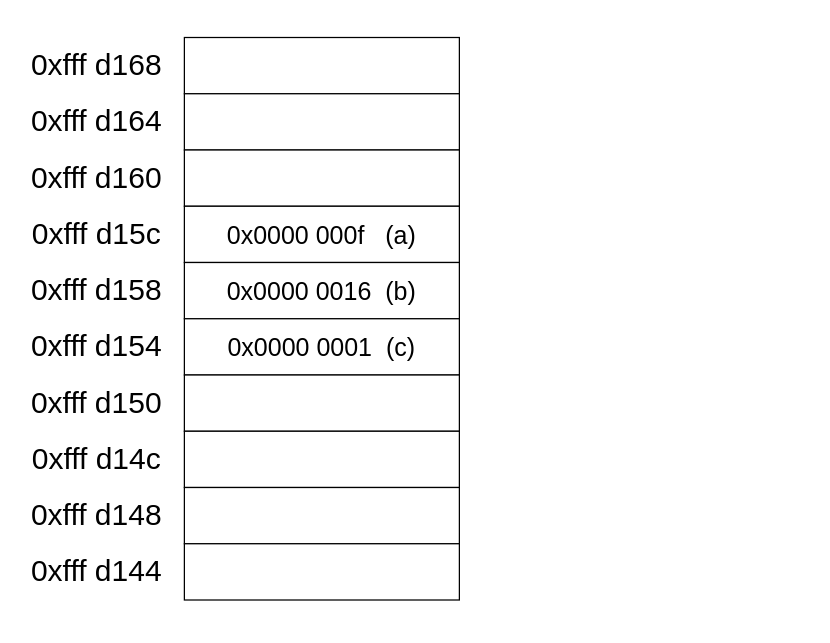
Earlier version of the draw.io diagram ICS实验5.drawio (IRiDecenT/graph). Source tidied: cells renumbered, new cells numbered last; positions are measured from the earlier drawing's top-left corner, leaving out a move shared by most shapes. Both pictures are drawn from the tidied source at 125%, with x=0, y=0 at pixel (21, 36).
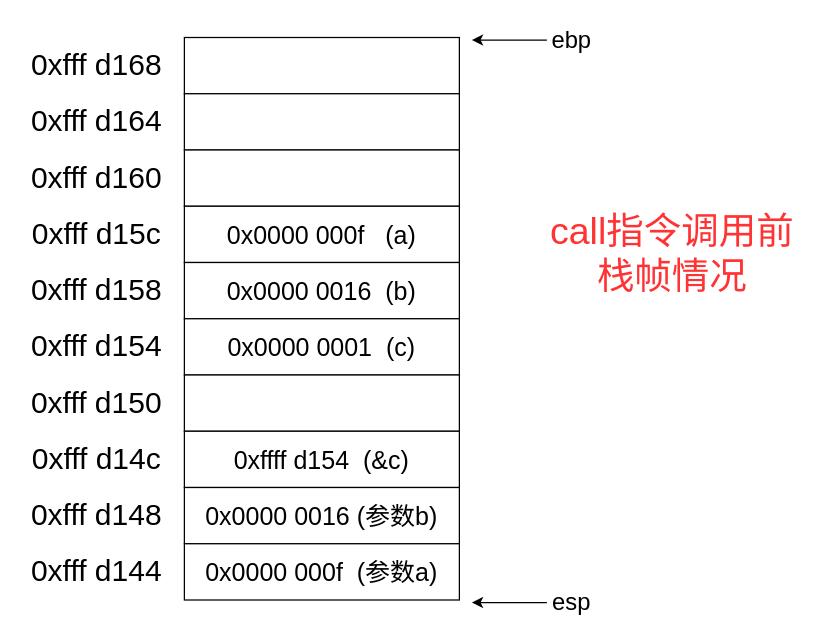
The same diagram, later.

Change to the diagram source:
```diff
@@
-    <mxCell id="17" style="rounded=0;whiteSpace=wrap;html=1;fontSize=20;" parent="1" vertex="1">
+    <mxCell id="17" value="0xffff d154&amp;nbsp; (&amp;amp;c)" style="rounded=0;whiteSpace=wrap;html=1;fontSize=20;" parent="1" vertex="1">
       <mxGeometry x="130" y="315.5" width="220" height="45" as="geometry" />
     </mxCell>
@@
-    <mxCell id="19" style="rounded=0;whiteSpace=wrap;html=1;fontSize=20;" parent="1" vertex="1">
+    <mxCell id="19" value="0x0000 0016 (参数b)" style="rounded=0;whiteSpace=wrap;html=1;fontSize=20;" parent="1" vertex="1">
       <mxGeometry x="130" y="360.5" width="220" height="45" as="geometry" />
     </mxCell>
@@
-    <mxCell id="21" style="rounded=0;whiteSpace=wrap;html=1;fontSize=20;" parent="1" vertex="1">
+    <mxCell id="21" value="0x0000 000f&amp;nbsp; (参数a)" style="rounded=0;whiteSpace=wrap;html=1;fontSize=20;" parent="1" vertex="1">
       <mxGeometry x="130" y="405.5" width="220" height="45" as="geometry" />
     </mxCell>
+    <mxCell id="22" value="&lt;font style=&quot;font-size: 19px;&quot;&gt;ebp&lt;/font&gt;" style="text;html=1;strokeColor=none;fillColor=none;align=center;verticalAlign=middle;whiteSpace=wrap;rounded=0;fontSize=19;fontStyle=0;" parent="1" vertex="1">
+      <mxGeometry x="400" y="-12" width="80" height="30" as="geometry" />
+    </mxCell>
+    <mxCell id="23" style="endArrow=classic;html=1;rounded=0;fontStyle=0;fontSize=19;" parent="1" edge="1">
+      <mxGeometry relative="1" as="geometry">
+        <mxPoint x="420" y="2.5" as="sourcePoint" />
+        <mxPoint x="360" y="2.5" as="targetPoint" />
+      </mxGeometry>
+    </mxCell>
+    <mxCell id="24" value="&lt;font style=&quot;font-size: 19px;&quot;&gt;esp&lt;/font&gt;" style="text;html=1;strokeColor=none;fillColor=none;align=center;verticalAlign=middle;whiteSpace=wrap;rounded=0;fontSize=19;fontStyle=0;" parent="1" vertex="1">
+      <mxGeometry x="400" y="438" width="80" height="30" as="geometry" />
+    </mxCell>
+    <mxCell id="25" style="endArrow=classic;html=1;rounded=0;fontStyle=0;fontSize=19;" parent="1" edge="1">
+      <mxGeometry relative="1" as="geometry">
+        <mxPoint x="420" y="452.5" as="sourcePoint" />
+        <mxPoint x="360" y="452.5" as="targetPoint" />
+      </mxGeometry>
+    </mxCell>
+    <mxCell id="26" value="&lt;font color=&quot;#ff3333&quot; style=&quot;font-size: 30px;&quot;&gt;call指令调用前&lt;br&gt;栈帧情况&lt;/font&gt;" style="text;html=1;align=center;verticalAlign=middle;strokeColor=none;fillColor=none;" parent="1" vertex="1">
+      <mxGeometry x="410" y="128" width="220" height="90" as="geometry" />
+    </mxCell>
```
